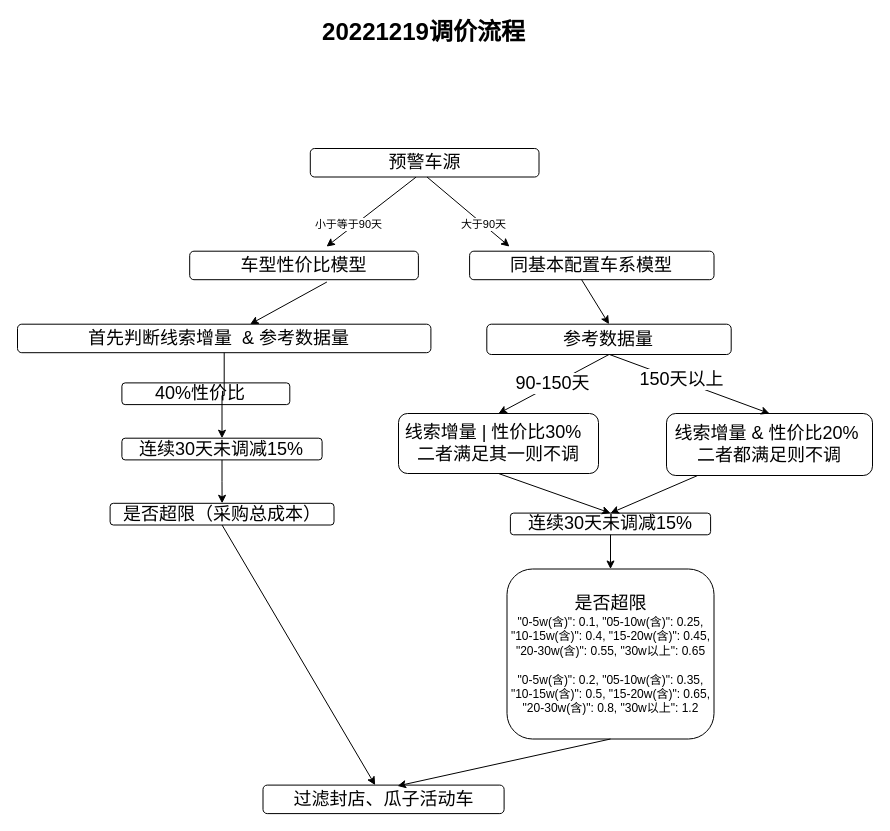
This is 20221219调价流程.drawio from mrlonely001/gittest, a draw.io file, before an edit. Source tidied: cells renumbered, new cells numbered last; positions are measured from the earlier drawing's top-left corner, leaving out a move shared by most shapes. Both pictures are drawn from the tidied source at 100%, with x=0, y=0 at pixel (17, 17).
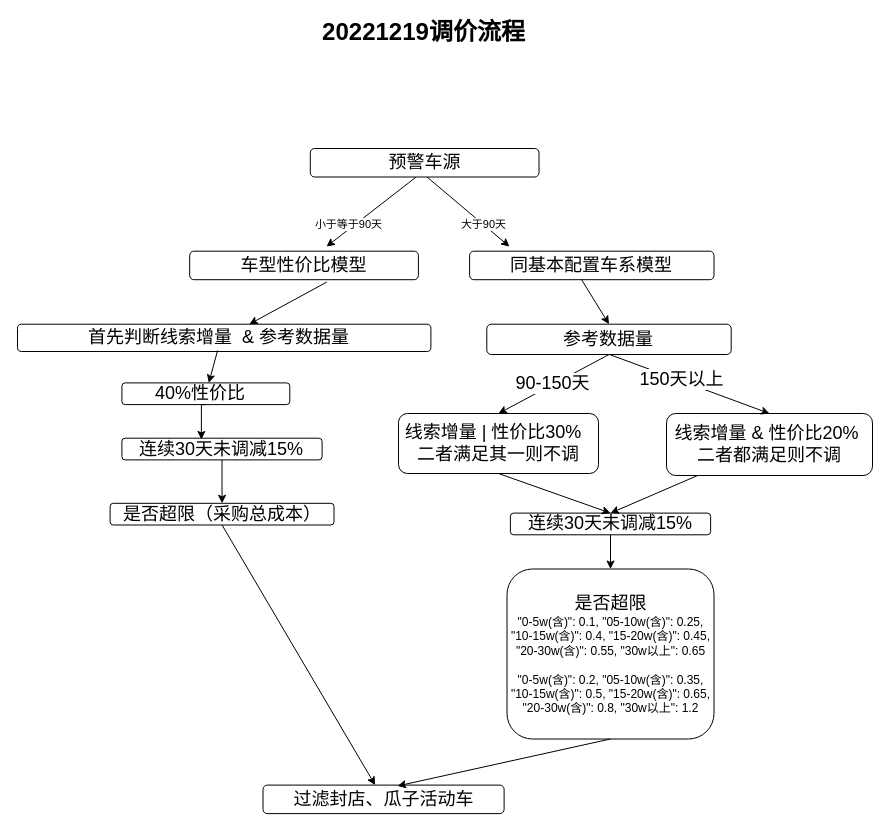
Above is the later version.

Commit message:
更新20221219调价流程.drawio

Unchanged cells that the change refers to:
```xml
<mxCell id="14" value="&lt;span style=&quot;font-size: 18px;&quot;&gt;40%性价比&amp;nbsp;&amp;nbsp;&lt;/span&gt;" style="rounded=1;whiteSpace=wrap;html=1;" parent="1" vertex="1">
  <mxGeometry x="104.4" y="365.4" width="167.9" height="21.7" as="geometry" />
</mxCell>
<mxCell id="15" value="&lt;span style=&quot;font-size: 18px;&quot;&gt;连续30天未调减15%&lt;/span&gt;" style="rounded=1;whiteSpace=wrap;html=1;" parent="1" vertex="1">
  <mxGeometry x="104.4" y="420.7" width="200.2" height="21.7" as="geometry" />
</mxCell>
```

Diff of the diagram source:
```diff
@@
     <mxCell id="13" value="&lt;font style=&quot;font-size: 18px;&quot;&gt;首先判断线索增量&amp;nbsp; &amp;amp;&amp;nbsp;&lt;/font&gt;&lt;span style=&quot;font-size: 18px;&quot;&gt;参考数据量&amp;nbsp;&amp;nbsp;&lt;/span&gt;" style="rounded=1;whiteSpace=wrap;html=1;" parent="1" vertex="1">
-      <mxGeometry y="306.7" width="413.4" height="28.5" as="geometry" />
+      <mxGeometry y="306.7" width="413.4" height="27.3" as="geometry" />
     </mxCell>
@@
-    <mxCell id="16" style="edgeStyle=orthogonalEdgeStyle;rounded=0;jettySize=auto;html=1;fontSize=18;" parent="1" edge="1" source="13" target="15">
-      <mxGeometry relative="1" as="geometry" />
-    </mxCell>
@@
+    <mxCell id="33" style="edgeStyle=orthogonalEdgeStyle;rounded=0;jettySize=auto;html=1;fontSize=18;exitX=0.5;exitY=1;exitDx=0;exitDy=0;entryX=0.397;entryY=0.058;entryDx=0;entryDy=0;entryPerimeter=0;" parent="1" edge="1" source="14" target="15">
+      <mxGeometry relative="1" as="geometry" />
+    </mxCell>
+    <mxCell id="34" style="endArrow=classic;html=1;rounded=0;fontSize=18;exitX=0.484;exitY=0.963;exitDx=0;exitDy=0;exitPerimeter=0;" parent="1" edge="1" source="13" target="14">
+      <mxGeometry relative="1" as="geometry" />
+    </mxCell>
```
